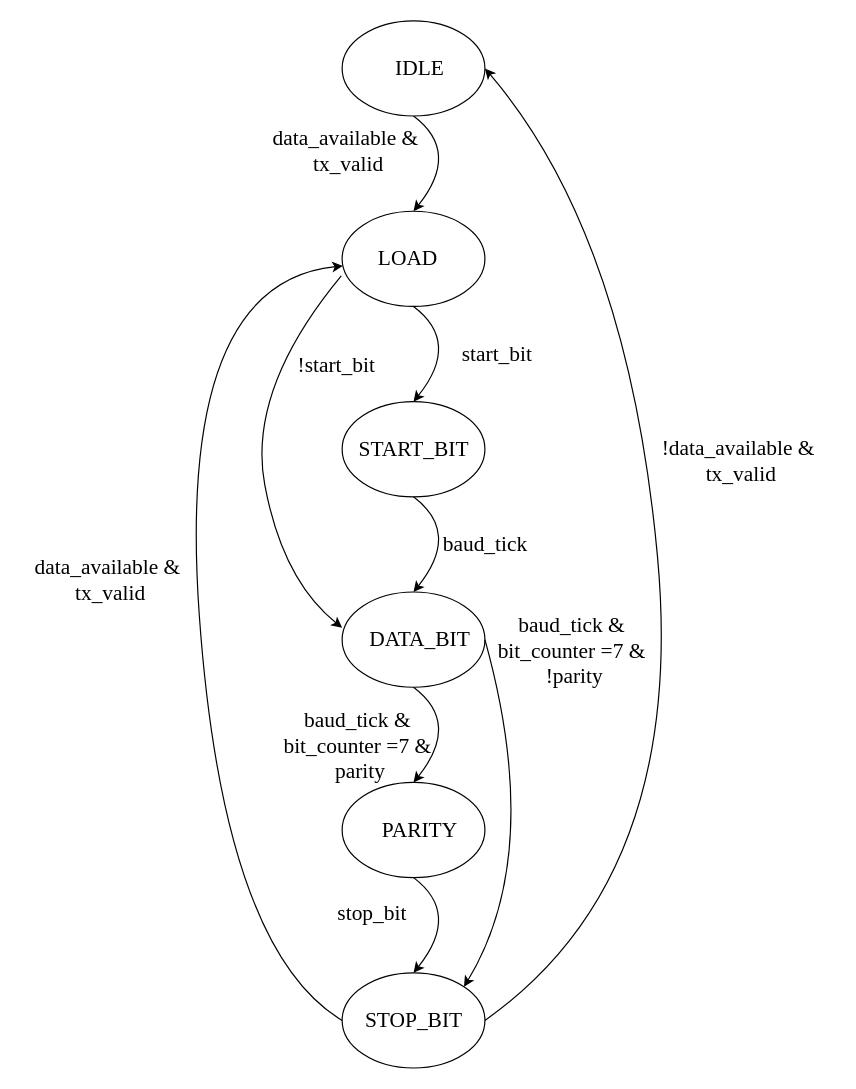
Above: page "Page-12" (12 of 22) of week_02_labs.drawio in javeria-54/training_session (draw.io), before the change. Source tidied: cells renumbered, new cells numbered last; positions are measured from the earlier drawing's top-left corner, leaving out a move shared by most shapes. Both pictures are drawn from the tidied source at 119%, with x=0, y=0 at pixel (20, 20).
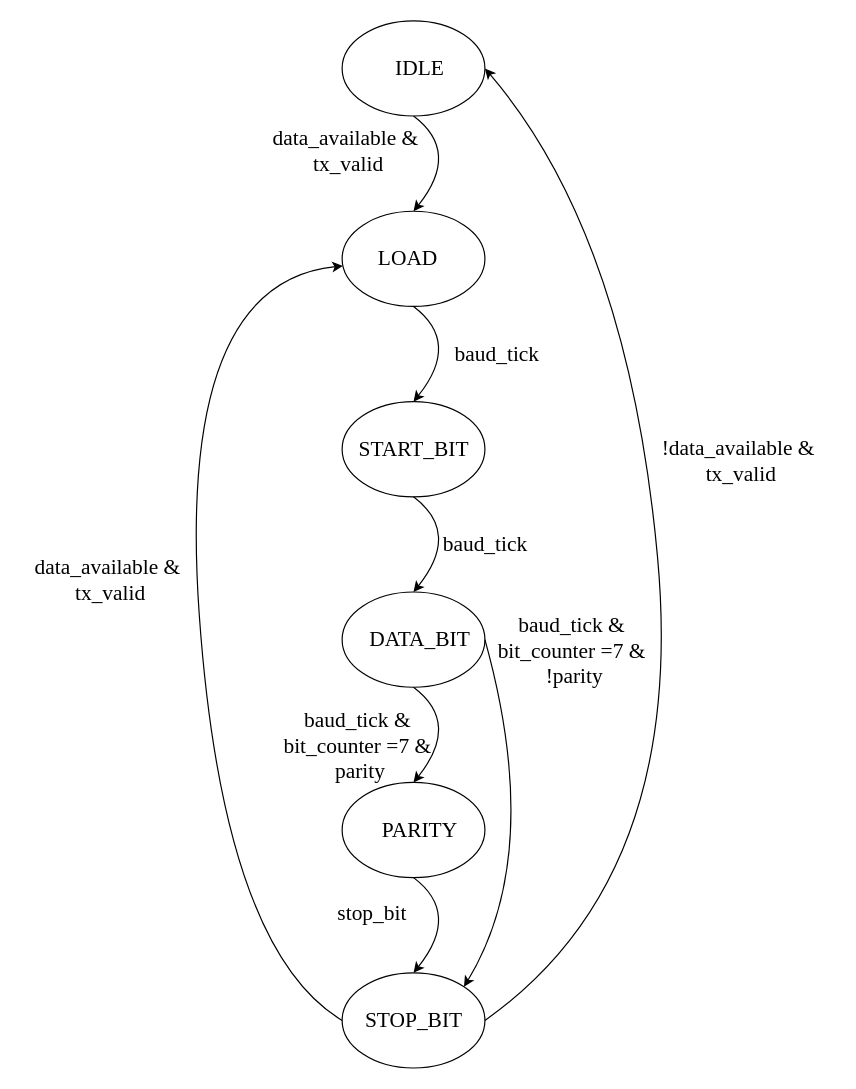
Above is the later version.

The change refers to these unchanged cells:
```xml
<mxCell id="3" style="ellipse;whiteSpace=wrap;html=1;hachureGap=4;fontFamily=Architects Daughter;" parent="1" vertex="1">
  <mxGeometry x="270" y="160" width="120" height="80" as="geometry" />
</mxCell>
```

Change to the diagram source:
```diff
@@
-    <mxCell id="15" value="&lt;font face=&quot;Times New Roman&quot;&gt;&lt;span style=&quot;font-size: 18px;&quot;&gt;start_bit&lt;/span&gt;&lt;/font&gt;" style="text;html=1;align=center;verticalAlign=middle;strokeColor=none;fillColor=none;fontFamily=Architects Daughter;" parent="1" vertex="1">
-      <mxGeometry x="360" y="260" width="80" height="40" as="geometry" />
+    <mxCell id="15" value="&lt;font face=&quot;Times New Roman&quot;&gt;&lt;span style=&quot;font-size: 18px;&quot;&gt;baud_tick&lt;/span&gt;&lt;/font&gt;" style="text;html=1;align=center;verticalAlign=middle;strokeColor=none;fillColor=none;fontFamily=Architects Daughter;" parent="1" vertex="1">
+      <mxGeometry x="355" y="260" width="90" height="40" as="geometry" />
     </mxCell>
-    <mxCell id="16" style="curved=1;endArrow=classic;html=1;rounded=0;hachureGap=4;fontFamily=Architects Daughter;exitX=-0.006;exitY=0.679;exitDx=0;exitDy=0;entryX=1;entryY=0.5;entryDx=0;entryDy=0;exitPerimeter=0;" parent="1" edge="1" source="3">
-      <mxGeometry relative="1" as="geometry">
-        <mxPoint x="270" y="510" as="targetPoint" />
-        <Array as="points">
-          <mxPoint x="190" y="310" />
-          <mxPoint x="220" y="470" />
-        </Array>
-      </mxGeometry>
-    </mxCell>
-    <mxCell id="17" value="&lt;font face=&quot;Times New Roman&quot;&gt;&lt;span style=&quot;font-size: 18px;&quot;&gt;!start_bit&lt;/span&gt;&lt;/font&gt;" style="text;html=1;align=center;verticalAlign=middle;strokeColor=none;fillColor=none;fontFamily=Architects Daughter;" parent="1" vertex="1">
-      <mxGeometry x="220" y="270" width="90" height="40" as="geometry" />
-    </mxCell>
```
